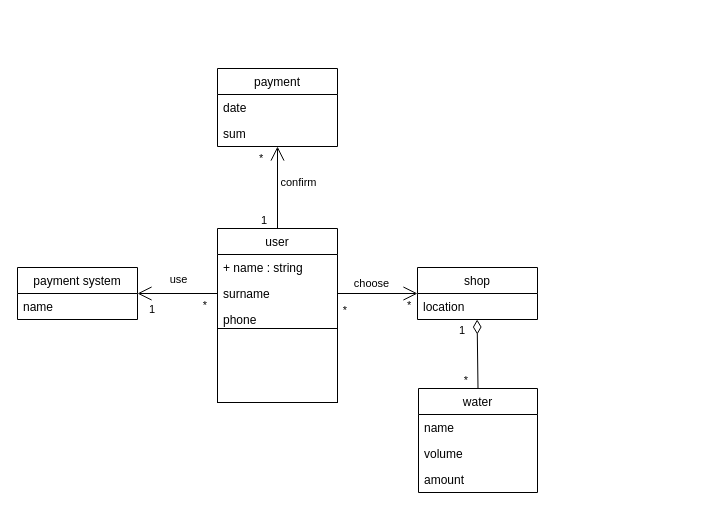
This is 2-SoftwareDesign/2.5-UMLProgramClasses/UMLProgramClasses.drawio from oleksandrblazhko/ai203-voyakovskij, a draw.io file, before an edit. Source tidied: cells renumbered, new cells numbered last; positions are measured from the earlier drawing's top-left corner, leaving out a move shared by most shapes. Both pictures are drawn from the tidied source at 100%, with x=0, y=0 at pixel (17, 68).
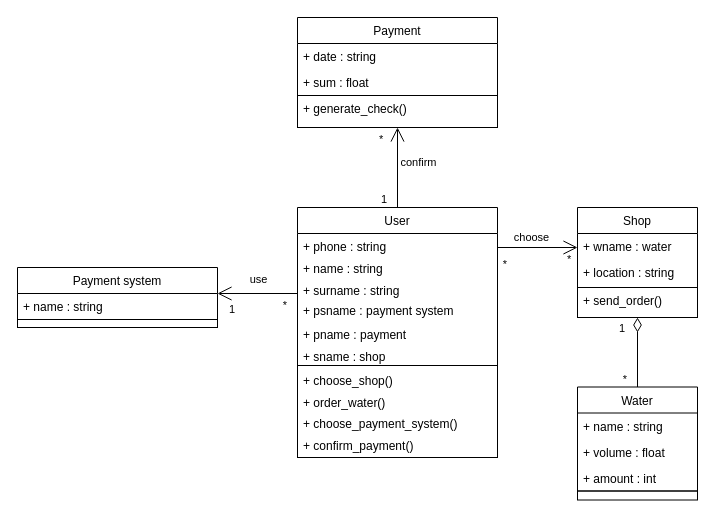
The same diagram, later.

Diff of the diagram source:
```diff
@@
-    <mxCell id="2" value="payment" style="swimlane;fontStyle=0;horizontal=1;startSize=26;fillColor=none;" parent="1" vertex="1">
-      <mxGeometry x="200" width="120" height="78" as="geometry" />
-    </mxCell>
-    <mxCell id="3" value="date" style="text;strokeColor=none;fillColor=none;align=left;verticalAlign=top;spacingLeft=4;spacingRight=4;overflow=hidden;" parent="2" vertex="1">
-      <mxGeometry y="26" width="120" height="26" as="geometry" />
-    </mxCell>
-    <mxCell id="4" value="sum" style="text;strokeColor=none;fillColor=none;align=left;verticalAlign=top;spacingLeft=4;spacingRight=4;overflow=hidden;" parent="2" vertex="1">
-      <mxGeometry y="52" width="120" height="26" as="geometry" />
-    </mxCell>
-    <mxCell id="5" value="user" style="swimlane;fontStyle=0;horizontal=1;startSize=26;fillColor=none;" parent="1" vertex="1">
-      <mxGeometry x="200" y="160" width="120" height="100" as="geometry" />
-    </mxCell>
-    <mxCell id="6" value="+ name : string" style="text;strokeColor=none;fillColor=none;align=left;verticalAlign=top;spacingLeft=4;spacingRight=4;overflow=hidden;" parent="5" vertex="1">
-      <mxGeometry y="26" width="120" height="74" as="geometry" />
-    </mxCell>
-    <mxCell id="7" value="shop" style="swimlane;fontStyle=0;horizontal=1;startSize=26;fillColor=none;" parent="1" vertex="1">
-      <mxGeometry x="400" y="199" width="120" height="52" as="geometry" />
-    </mxCell>
-    <mxCell id="8" value="location" style="text;strokeColor=none;fillColor=none;align=left;verticalAlign=top;spacingLeft=4;spacingRight=4;overflow=hidden;points=[[0,0.5],[1,0.5]];portConstraint=eastwest;" parent="7" vertex="1">
-      <mxGeometry y="26" width="120" height="26" as="geometry" />
-    </mxCell>
-    <mxCell id="9" value="water" style="swimlane;fontStyle=0;horizontal=1;startSize=26;fillColor=none;" parent="1" vertex="1">
-      <mxGeometry x="401" y="320" width="119" height="104" as="geometry" />
-    </mxCell>
-    <mxCell id="10" value="name" style="text;strokeColor=none;fillColor=none;align=left;verticalAlign=top;spacingLeft=4;spacingRight=4;overflow=hidden;" parent="9" vertex="1">
-      <mxGeometry y="26" width="119" height="26" as="geometry" />
-    </mxCell>
-    <mxCell id="11" value="volume" style="text;strokeColor=none;fillColor=none;align=left;verticalAlign=top;spacingLeft=4;spacingRight=4;overflow=hidden;" parent="9" vertex="1">
-      <mxGeometry y="52" width="119" height="26" as="geometry" />
-    </mxCell>
-    <mxCell id="12" value="amount" style="text;strokeColor=none;fillColor=none;align=left;verticalAlign=top;spacingLeft=4;spacingRight=4;overflow=hidden;" parent="9" vertex="1">
-      <mxGeometry y="78" width="119" height="26" as="geometry" />
-    </mxCell>
-    <mxCell id="13" value="payment system" style="swimlane;fontStyle=0;horizontal=1;startSize=26;fillColor=none;" parent="1" vertex="1">
-      <mxGeometry y="199" width="120" height="52" as="geometry" />
-    </mxCell>
-    <mxCell id="14" value="name" style="text;strokeColor=none;fillColor=none;align=left;verticalAlign=top;spacingLeft=4;spacingRight=4;overflow=hidden;" parent="13" vertex="1">
-      <mxGeometry y="26" width="120" height="26" as="geometry" />
-    </mxCell>
-    <mxCell id="15" style="endArrow=none;html=1;startSize=12;startArrow=open;startFill=0;entryX=1;entryY=0.5;entryDx=0;entryDy=0;exitX=0;exitY=0.5;exitDx=0;exitDy=0;" parent="1" edge="1" source="7" target="19">
-      <mxGeometry relative="1" as="geometry" />
-    </mxCell>
-    <mxCell id="16" value="*" style="edgeLabel;html=1;align=left;verticalAlign=bottom;" parent="15" vertex="1">
-      <mxGeometry x="-1" relative="1" as="geometry">
-        <mxPoint x="-12" y="20" as="offset" />
-      </mxGeometry>
-    </mxCell>
-    <mxCell id="17" value="*" style="edgeLabel;html=1;align=right;verticalAlign=bottom;" parent="15" vertex="1">
-      <mxGeometry x="1" relative="1" as="geometry">
-        <mxPoint x="10" y="25" as="offset" />
-      </mxGeometry>
-    </mxCell>
-    <mxCell id="18" value="choose" style="edgeLabel;html=1;align=center;verticalAlign=middle;" parent="15" vertex="1">
-      <mxGeometry x="0.17" y="2" relative="1" as="geometry">
-        <mxPoint y="-13" as="offset" />
-      </mxGeometry>
-    </mxCell>
-    <mxCell id="19" value="surname" style="text;strokeColor=none;fillColor=none;align=left;verticalAlign=top;spacingLeft=4;spacingRight=4;overflow=hidden;points=[[0,0.5],[1,0.5]];portConstraint=eastwest;" parent="1" vertex="1">
-      <mxGeometry x="200" y="212" width="120" height="26" as="geometry" />
-    </mxCell>
-    <mxCell id="20" value="phone" style="text;strokeColor=none;fillColor=none;align=left;verticalAlign=top;spacingLeft=4;spacingRight=4;overflow=hidden;" parent="1" vertex="1">
-      <mxGeometry x="200" y="238" width="120" height="22" as="geometry" />
-    </mxCell>
-    <mxCell id="21" style="endArrow=none;html=1;startSize=12;startArrow=diamondThin;startFill=0;entryX=0.5;entryY=0;entryDx=0;entryDy=0;exitX=0.497;exitY=1.002;exitDx=0;exitDy=0;exitPerimeter=0;" parent="1" edge="1" source="8" target="9">
-      <mxGeometry relative="1" as="geometry" />
+    <mxCell id="21" style="endArrow=none;html=1;startSize=12;startArrow=diamondThin;startFill=0;entryX=0.5;entryY=0;entryDx=0;entryDy=0;" parent="1" edge="1" target="9">
+      <mxGeometry relative="1" as="geometry">
+        <mxPoint x="620" y="249" as="sourcePoint" />
+      </mxGeometry>
     </mxCell>
@@
-    <mxCell id="24" style="endArrow=none;html=1;startSize=12;startArrow=open;startFill=0;exitX=1;exitY=0.5;exitDx=0;exitDy=0;entryX=0;entryY=0.5;entryDx=0;entryDy=0;" parent="1" edge="1" source="13" target="19">
-      <mxGeometry relative="1" as="geometry" />
+    <mxCell id="24" style="endArrow=none;html=1;startSize=12;startArrow=open;startFill=0;exitX=1;exitY=0.5;exitDx=0;exitDy=0;entryX=0;entryY=0.5;entryDx=0;entryDy=0;" parent="1" edge="1" source="13">
+      <mxGeometry relative="1" as="geometry">
+        <mxPoint x="280" y="225" as="targetPoint" />
+      </mxGeometry>
     </mxCell>
@@
-    <mxCell id="28" style="endArrow=none;html=1;startSize=12;startArrow=open;startFill=0;entryX=0.5;entryY=0;entryDx=0;entryDy=0;exitX=0.5;exitY=1;exitDx=0;exitDy=0;" parent="1" edge="1" source="2" target="5">
-      <mxGeometry relative="1" as="geometry" />
+    <mxCell id="28" style="endArrow=none;html=1;startSize=12;startArrow=open;startFill=0;entryX=0.5;entryY=0;entryDx=0;entryDy=0;" parent="1" edge="1" target="5">
+      <mxGeometry relative="1" as="geometry">
+        <mxPoint x="380" y="59" as="sourcePoint" />
+      </mxGeometry>
     </mxCell>
@@
+    <mxCell id="33" style="endArrow=none;html=1;startSize=12;startArrow=open;startFill=0;exitX=0;exitY=0.5;exitDx=0;exitDy=0;" parent="1" edge="1" source="47">
+      <mxGeometry relative="1" as="geometry">
+        <mxPoint x="480" y="179" as="targetPoint" />
+      </mxGeometry>
+    </mxCell>
+    <mxCell id="16" value="*" style="edgeLabel;html=1;align=left;verticalAlign=bottom;" parent="33" vertex="1">
+      <mxGeometry x="-1" relative="1" as="geometry">
+        <mxPoint x="-12" y="20" as="offset" />
+      </mxGeometry>
+    </mxCell>
+    <mxCell id="17" value="*" style="edgeLabel;html=1;align=right;verticalAlign=bottom;" parent="33" vertex="1">
+      <mxGeometry x="1" relative="1" as="geometry">
+        <mxPoint x="10" y="25" as="offset" />
+      </mxGeometry>
+    </mxCell>
+    <mxCell id="18" value="choose" style="edgeLabel;html=1;align=center;verticalAlign=middle;" parent="33" vertex="1">
+      <mxGeometry x="0.17" y="2" relative="1" as="geometry">
+        <mxPoint y="-13" as="offset" />
+      </mxGeometry>
+    </mxCell>
+    <mxCell id="34" style="group;" parent="1" vertex="1">
+      <mxGeometry x="560" y="318.5" width="120" height="113" as="geometry" />
+    </mxCell>
+    <mxCell id="9" value="Water" style="swimlane;fontStyle=0;horizontal=1;startSize=26;fillColor=none;" parent="34" vertex="1">
+      <mxGeometry width="120" height="104" as="geometry" />
+    </mxCell>
+    <mxCell id="10" value="+ name : string" style="text;strokeColor=none;fillColor=none;align=left;verticalAlign=top;spacingLeft=4;spacingRight=4;overflow=hidden;" parent="9" vertex="1">
+      <mxGeometry y="26" width="120" height="26" as="geometry" />
+    </mxCell>
+    <mxCell id="11" value="+ volume : float" style="text;strokeColor=none;fillColor=none;align=left;verticalAlign=top;spacingLeft=4;spacingRight=4;overflow=hidden;" parent="9" vertex="1">
+      <mxGeometry y="52" width="120" height="26" as="geometry" />
+    </mxCell>
+    <mxCell id="12" value="+ amount : int" style="text;strokeColor=none;fillColor=none;align=left;verticalAlign=top;spacingLeft=4;spacingRight=4;overflow=hidden;" parent="9" vertex="1">
+      <mxGeometry y="78" width="120" height="26" as="geometry" />
+    </mxCell>
+    <mxCell id="35" style="text;strokeColor=default;fillColor=none;align=left;verticalAlign=top;spacingLeft=4;spacingRight=4;overflow=hidden;" parent="34" vertex="1">
+      <mxGeometry y="104" width="120" height="9" as="geometry" />
+    </mxCell>
+    <mxCell id="36" value="+ choose_shop()" style="text;strokeColor=none;fillColor=none;align=left;verticalAlign=top;spacingLeft=4;spacingRight=4;overflow=hidden;" parent="1" vertex="1">
+      <mxGeometry x="280" y="299" width="175" height="22" as="geometry" />
+    </mxCell>
+    <mxCell id="37" value="+ order_water()" style="text;strokeColor=none;fillColor=none;align=left;verticalAlign=top;spacingLeft=4;spacingRight=4;overflow=hidden;" parent="1" vertex="1">
+      <mxGeometry x="280" y="321" width="175" height="22" as="geometry" />
+    </mxCell>
+    <mxCell id="38" value="+ send_order()" style="text;strokeColor=none;fillColor=none;align=left;verticalAlign=top;spacingLeft=4;spacingRight=4;overflow=hidden;" parent="1" vertex="1">
+      <mxGeometry x="560" y="219" width="120" height="22" as="geometry" />
+    </mxCell>
+    <mxCell id="39" value="+ confirm_payment()" style="text;strokeColor=none;fillColor=none;align=left;verticalAlign=top;spacingLeft=4;spacingRight=4;overflow=hidden;" parent="1" vertex="1">
+      <mxGeometry x="280" y="364" width="175" height="22" as="geometry" />
+    </mxCell>
+    <mxCell id="40" style="group;" parent="1" vertex="1">
+      <mxGeometry x="280" y="-51" width="200" height="110" as="geometry" />
+    </mxCell>
+    <mxCell id="41" style="text;strokeColor=default;fillColor=none;align=left;verticalAlign=top;spacingLeft=4;spacingRight=4;overflow=hidden;" parent="40" vertex="1">
+      <mxGeometry y="78" width="200" height="32" as="geometry" />
+    </mxCell>
+    <mxCell id="42" value="+ generate_check()" style="text;strokeColor=none;fillColor=none;align=left;verticalAlign=top;spacingLeft=4;spacingRight=4;overflow=hidden;" parent="40" vertex="1">
+      <mxGeometry y="78" width="200" height="22" as="geometry" />
+    </mxCell>
+    <mxCell id="43" value="Payment" style="swimlane;fontStyle=0;horizontal=1;startSize=26;fillColor=none;" parent="40" vertex="1">
+      <mxGeometry width="200" height="78" as="geometry" />
+    </mxCell>
+    <mxCell id="44" value="+ date : string" style="text;strokeColor=none;fillColor=none;align=left;verticalAlign=top;spacingLeft=4;spacingRight=4;overflow=hidden;" parent="43" vertex="1">
+      <mxGeometry y="26" width="200" height="26" as="geometry" />
+    </mxCell>
+    <mxCell id="45" value="+ sum : float" style="text;strokeColor=none;fillColor=none;align=left;verticalAlign=top;spacingLeft=4;spacingRight=4;overflow=hidden;" parent="43" vertex="1">
+      <mxGeometry y="52" width="200" height="26" as="geometry" />
+    </mxCell>
+    <mxCell id="46" style="text;strokeColor=default;fillColor=none;align=left;verticalAlign=top;spacingLeft=4;spacingRight=4;overflow=hidden;" parent="1" vertex="1">
+      <mxGeometry x="560" y="219" width="120" height="30" as="geometry" />
+    </mxCell>
+    <mxCell id="47" value="Shop" style="swimlane;fontStyle=0;horizontal=1;startSize=26;fillColor=none;" parent="1" vertex="1">
+      <mxGeometry x="560" y="139" width="120" height="80" as="geometry" />
+    </mxCell>
+    <mxCell id="48" value="+ wname : water" style="text;strokeColor=none;fillColor=none;align=left;verticalAlign=top;spacingLeft=4;spacingRight=4;overflow=hidden;" parent="47" vertex="1">
+      <mxGeometry y="26" width="120" height="26" as="geometry" />
+    </mxCell>
+    <mxCell id="49" value="+ location : string" style="text;strokeColor=none;fillColor=none;align=left;verticalAlign=top;spacingLeft=4;spacingRight=4;overflow=hidden;" parent="47" vertex="1">
+      <mxGeometry y="52" width="120" height="28" as="geometry" />
+    </mxCell>
+    <mxCell id="50" value="+ choose_payment_system()" style="text;strokeColor=none;fillColor=none;align=left;verticalAlign=top;spacingLeft=4;spacingRight=4;overflow=hidden;" parent="1" vertex="1">
+      <mxGeometry x="280" y="342" width="200" height="22" as="geometry" />
+    </mxCell>
+    <mxCell id="51" style="text;strokeColor=default;fillColor=none;align=left;verticalAlign=top;spacingLeft=4;spacingRight=4;overflow=hidden;" parent="1" vertex="1">
+      <mxGeometry y="251" width="200" height="8" as="geometry" />
+    </mxCell>
+    <mxCell id="13" value="Payment system" style="swimlane;fontStyle=0;horizontal=1;startSize=26;fillColor=none;" parent="1" vertex="1">
+      <mxGeometry y="199" width="200" height="52" as="geometry" />
+    </mxCell>
+    <mxCell id="14" value="+ name : string" style="text;strokeColor=none;fillColor=none;align=left;verticalAlign=top;spacingLeft=4;spacingRight=4;overflow=hidden;" parent="13" vertex="1">
+      <mxGeometry y="26" width="200" height="26" as="geometry" />
+    </mxCell>
+    <mxCell id="52" style="group;" parent="1" vertex="1">
+      <mxGeometry x="280" y="139" width="200" height="250" as="geometry" />
+    </mxCell>
+    <mxCell id="5" value="User" style="swimlane;fontStyle=0;horizontal=1;startSize=26;fillColor=none;" parent="52" vertex="1">
+      <mxGeometry width="200" height="158" as="geometry" />
+    </mxCell>
+    <mxCell id="20" value="+ phone : string" style="text;strokeColor=none;fillColor=none;align=left;verticalAlign=top;spacingLeft=4;spacingRight=4;overflow=hidden;" parent="5" vertex="1">
+      <mxGeometry y="26" width="200" height="22" as="geometry" />
+    </mxCell>
+    <mxCell id="6" value="+ name : string" style="text;strokeColor=none;fillColor=none;align=left;verticalAlign=top;spacingLeft=4;spacingRight=4;overflow=hidden;" parent="5" vertex="1">
+      <mxGeometry y="48" width="200" height="22" as="geometry" />
+    </mxCell>
+    <mxCell id="19" value="+ surname : string" style="text;strokeColor=none;fillColor=none;align=left;verticalAlign=top;spacingLeft=4;spacingRight=4;overflow=hidden;points=[[0,0.5],[1,0.5]];portConstraint=eastwest;" parent="5" vertex="1">
+      <mxGeometry y="70" width="200" height="20" as="geometry" />
+    </mxCell>
+    <mxCell id="53" value="+ psname : payment system" style="text;strokeColor=none;fillColor=none;align=left;verticalAlign=top;spacingLeft=4;spacingRight=4;overflow=hidden;" parent="5" vertex="1">
+      <mxGeometry y="90" width="200" height="24" as="geometry" />
+    </mxCell>
+    <mxCell id="54" value="+ pname : payment" style="text;strokeColor=none;fillColor=none;align=left;verticalAlign=top;spacingLeft=4;spacingRight=4;overflow=hidden;" parent="5" vertex="1">
+      <mxGeometry y="114" width="200" height="22" as="geometry" />
+    </mxCell>
+    <mxCell id="55" value="+ sname : shop" style="text;strokeColor=none;fillColor=none;align=left;verticalAlign=top;spacingLeft=4;spacingRight=4;overflow=hidden;" parent="5" vertex="1">
+      <mxGeometry y="136" width="200" height="22" as="geometry" />
+    </mxCell>
-    <mxCell id="32" style="text;strokeColor=default;fillColor=none;align=left;verticalAlign=top;spacingLeft=4;spacingRight=4;overflow=hidden;" parent="1" vertex="1">
-      <mxGeometry x="200" y="260" width="120" height="74" as="geometry" />
+    <mxCell id="32" style="text;strokeColor=default;fillColor=none;align=left;verticalAlign=top;spacingLeft=4;spacingRight=4;overflow=hidden;" parent="52" vertex="1">
+      <mxGeometry y="158" width="200" height="92" as="geometry" />
     </mxCell>
```
